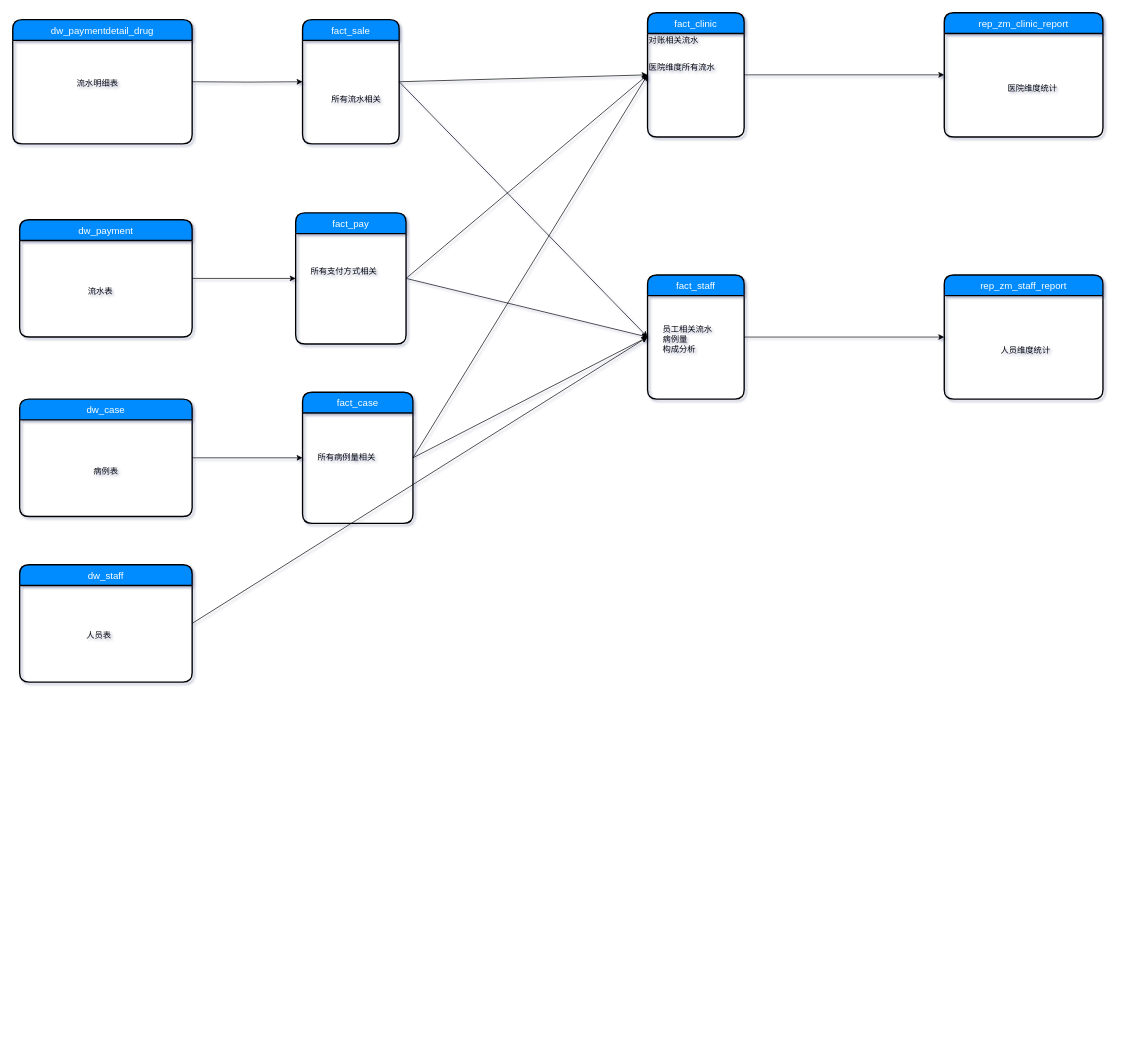
This is pet_data_warehouse/宠物医疗数据仓库主题.drawio from fangzheng0518/draw, a draw.io file, before an edit. Source tidied: cells renumbered, new cells numbered last; positions are measured from the earlier drawing's top-left corner, leaving out a move shared by most shapes. Both pictures are drawn from the tidied source at 69%, with x=0, y=0 at pixel (12, 12).
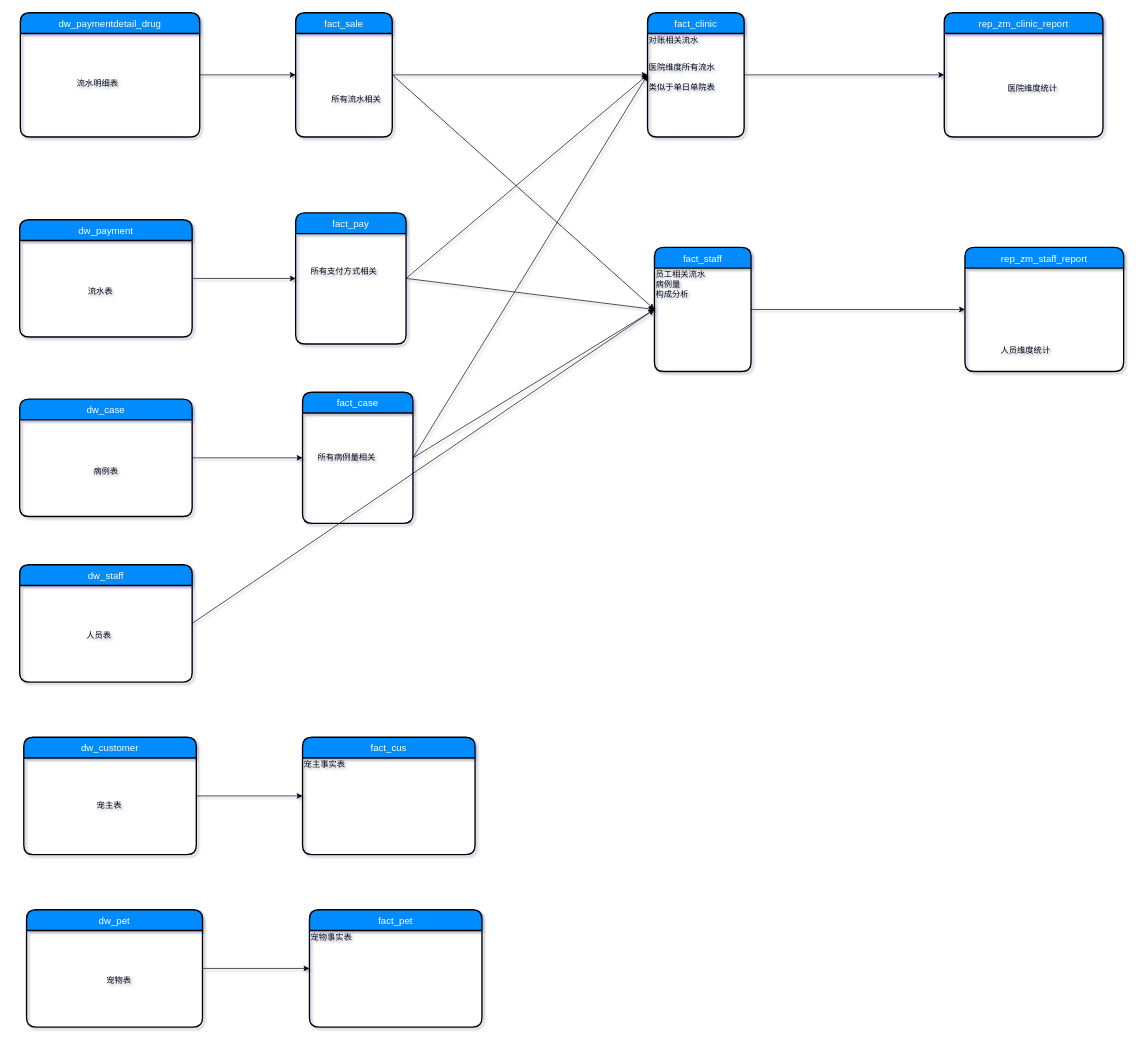
The same diagram, later.

Commit message:
更新宠物医疗数据仓库主题.drawio

Unchanged cells that the change refers to:
```xml
<mxCell id="9" value="fact_clinic" style="swimlane;horizontal=1;startSize=30;fillColor=#008cff;fontColor=#FFFFFF;rounded=1;fontSize=14;fontStyle=0;strokeWidth=2;shadow=0;dashed=0;align=center;" parent="1" vertex="1">
  <mxGeometry x="920" width="140" height="180" as="geometry" />
</mxCell>
```

What changed in the source:
```diff
@@
     <mxCell id="2" value="dw_paymentdetail_drug" style="swimlane;horizontal=1;startSize=30;fillColor=#008cff;fontColor=#FFFFFF;rounded=1;fontSize=14;fontStyle=0;strokeWidth=2;shadow=0;dashed=0;align=center;" parent="1" vertex="1">
-      <mxGeometry y="10" width="260" height="180" as="geometry" />
+      <mxGeometry x="11" width="260" height="180" as="geometry" />
     </mxCell>
@@
     <mxCell id="6" value="fact_sale" style="swimlane;horizontal=1;startSize=30;fillColor=#008cff;fontColor=#FFFFFF;rounded=1;fontSize=14;fontStyle=0;strokeWidth=2;shadow=0;dashed=0;align=center;" parent="1" vertex="1">
-      <mxGeometry x="420" y="10" width="140" height="180" as="geometry" />
+      <mxGeometry x="410" width="140" height="180" as="geometry" />
     </mxCell>
-    <mxCell id="7" style="edgeStyle=orthogonalEdgeStyle;rounded=0;jettySize=auto;html=1;entryX=0;entryY=0.5;entryDx=0;entryDy=0;" parent="1" edge="1" target="6">
-      <mxGeometry relative="1" as="geometry">
-        <mxPoint x="260" y="100" as="sourcePoint" />
-      </mxGeometry>
+    <mxCell id="7" style="edgeStyle=orthogonalEdgeStyle;rounded=0;jettySize=auto;html=1;entryX=0;entryY=0.5;entryDx=0;entryDy=0;exitX=1;exitY=0.5;exitDx=0;exitDy=0;" parent="1" edge="1" source="2" target="6">
+      <mxGeometry relative="1" as="geometry" />
     </mxCell>
@@
-    <mxCell id="11" value="医院维度所有流水" style="text;html=1;align=left;verticalAlign=top;spacingTop=-4;" parent="9" vertex="1">
+    <mxCell id="11" value="医院维度所有流水&lt;br&gt;&lt;br&gt;类似于单日单院表&lt;br&gt;" style="text;html=1;align=left;verticalAlign=top;spacingTop=-4;" parent="9" vertex="1">
       <mxGeometry y="70" width="140" height="110" as="geometry" />
     </mxCell>
@@
     <mxCell id="13" value="rep_zm_staff_report" style="swimlane;horizontal=1;startSize=30;fillColor=#008cff;fontColor=#FFFFFF;rounded=1;fontSize=14;fontStyle=0;strokeWidth=2;shadow=0;dashed=0;align=center;" parent="1" vertex="1">
-      <mxGeometry x="1350" y="380" width="230" height="180" as="geometry" />
+      <mxGeometry x="1380" y="340" width="230" height="180" as="geometry" />
     </mxCell>
@@
     <mxCell id="15" value="fact_staff" style="swimlane;horizontal=1;startSize=30;fillColor=#008cff;fontColor=#FFFFFF;rounded=1;fontSize=14;fontStyle=0;strokeWidth=2;shadow=0;dashed=0;align=center;" parent="1" vertex="1">
-      <mxGeometry x="920" y="380" width="140" height="180" as="geometry" />
+      <mxGeometry x="930" y="340" width="140" height="180" as="geometry" />
     </mxCell>
+    <mxCell id="31" value="员工相关流水&lt;br&gt;病例量&lt;br&gt;构成分析" style="text;html=1;align=left;verticalAlign=top;spacingTop=-4;" parent="15" vertex="1">
+      <mxGeometry y="30" width="140" height="150" as="geometry" />
+    </mxCell>
@@
-    <mxCell id="31" value="员工相关流水&lt;br&gt;病例量&lt;br&gt;构成分析" style="text;html=1;align=left;verticalAlign=top;spacingTop=-4;" parent="1" vertex="1">
-      <mxGeometry x="940" y="449" width="110" height="40" as="geometry" />
-    </mxCell>
@@
+    <mxCell id="37" value="dw_customer" style="swimlane;horizontal=1;startSize=30;fillColor=#008cff;fontColor=#FFFFFF;rounded=1;fontSize=14;fontStyle=0;strokeWidth=2;shadow=0;dashed=0;align=center;" parent="1" vertex="1">
+      <mxGeometry x="16" y="1050" width="250" height="170" as="geometry" />
+    </mxCell>
+    <mxCell id="38" value="宠主表" style="text;html=1;align=left;verticalAlign=top;spacingTop=-4;" parent="1" vertex="1">
+      <mxGeometry x="120" y="1139" width="60" height="20" as="geometry" />
+    </mxCell>
+    <mxCell id="39" value="dw_pet" style="swimlane;horizontal=1;startSize=30;fillColor=#008cff;fontColor=#FFFFFF;rounded=1;fontSize=14;fontStyle=0;strokeWidth=2;shadow=0;dashed=0;align=center;" parent="1" vertex="1">
+      <mxGeometry x="20" y="1300" width="255" height="170" as="geometry" />
+    </mxCell>
+    <mxCell id="40" value="宠物表" style="text;html=1;align=left;verticalAlign=top;spacingTop=-4;" parent="1" vertex="1">
+      <mxGeometry x="134" y="1392" width="60" height="20" as="geometry" />
+    </mxCell>
+    <mxCell id="41" value="fact_cus" style="swimlane;horizontal=1;startSize=30;fillColor=#008cff;fontColor=#FFFFFF;rounded=1;fontSize=14;fontStyle=0;strokeWidth=2;shadow=0;dashed=0;align=center;" parent="1" vertex="1">
+      <mxGeometry x="420" y="1050" width="250" height="170" as="geometry" />
+    </mxCell>
+    <mxCell id="42" value="宠主事实表" style="text;html=1;align=left;verticalAlign=top;spacingTop=-4;" parent="41" vertex="1">
+      <mxGeometry y="30" width="250" height="140" as="geometry" />
+    </mxCell>
+    <mxCell id="43" value="fact_pet" style="swimlane;horizontal=1;startSize=30;fillColor=#008cff;fontColor=#FFFFFF;rounded=1;fontSize=14;fontStyle=0;strokeWidth=2;shadow=0;dashed=0;align=center;" parent="1" vertex="1">
+      <mxGeometry x="430" y="1300" width="250" height="170" as="geometry" />
+    </mxCell>
+    <mxCell id="44" value="宠物事实表" style="text;html=1;align=left;verticalAlign=top;spacingTop=-4;" parent="43" vertex="1">
+      <mxGeometry y="30" width="250" height="140" as="geometry" />
+    </mxCell>
+    <mxCell id="45" style="endArrow=classic;html=1;exitX=1;exitY=0.5;exitDx=0;exitDy=0;entryX=0;entryY=0.5;entryDx=0;entryDy=0;" parent="1" edge="1" source="39" target="43">
+      <mxGeometry relative="1" as="geometry" />
+    </mxCell>
+    <mxCell id="46" style="endArrow=classic;html=1;exitX=1;exitY=0.5;exitDx=0;exitDy=0;entryX=0;entryY=0.5;entryDx=0;entryDy=0;" parent="1" edge="1" source="37" target="41">
+      <mxGeometry relative="1" as="geometry" />
+    </mxCell>
```
